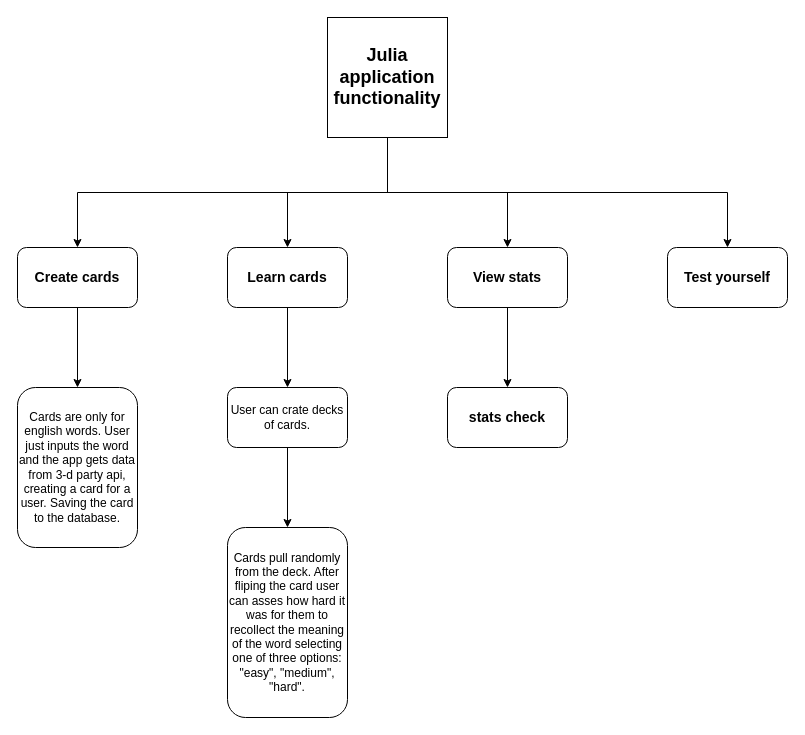
noginpavlo/julia keeps this draw.io diagram as design/julia_functionality.drawio. Above is the earlier version. Source tidied: cells renumbered, new cells numbered last; positions are measured from the earlier drawing's top-left corner, leaving out a move shared by most shapes. Both pictures are drawn from the tidied source at 100%, with x=0, y=0 at pixel (17, 17).
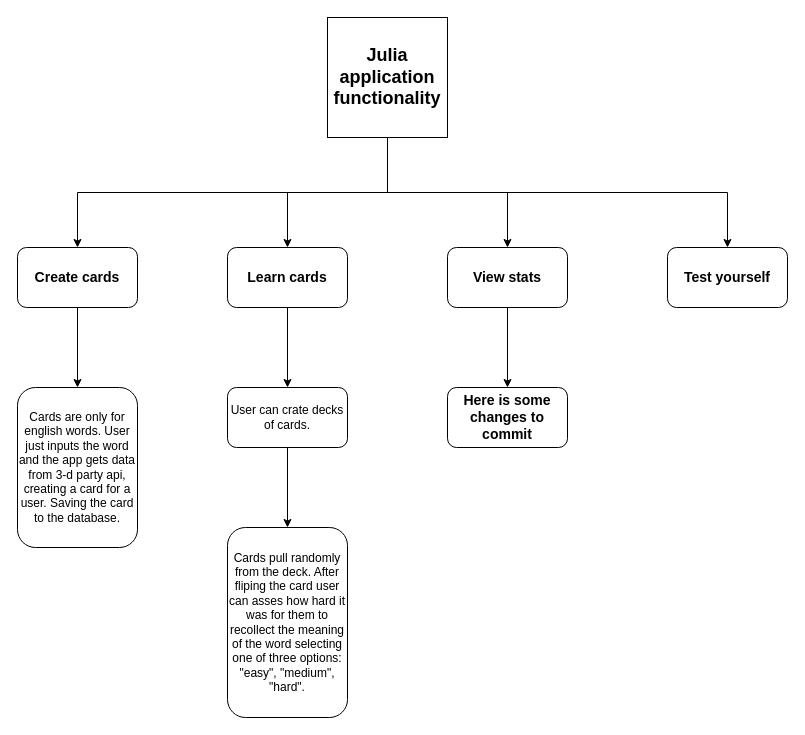
The same diagram, later.

Commit message (it also covers changes not shown here):
checking gitignore file

Change to the diagram source:
```diff
@@
 <mxGraphModel>
   <root>
     <mxCell id="0" />
     <mxCell id="1" parent="0" />
     <mxCell id="2" style="edgeStyle=orthogonalEdgeStyle;rounded=0;jettySize=auto;html=1;" parent="1" edge="1" source="3" target="7">
       <mxGeometry relative="1" as="geometry" />
     </mxCell>
     <mxCell id="3" value="&lt;font style=&quot;font-size: 18px;&quot;&gt;&lt;b&gt;Julia application functionality&lt;/b&gt;&lt;/font&gt;" style="whiteSpace=wrap;html=1;" parent="1" vertex="1">
       <mxGeometry x="310" width="120" height="120" as="geometry" />
     </mxCell>
     <mxCell id="4" style="edgeStyle=orthogonalEdgeStyle;rounded=0;jettySize=auto;html=1;" parent="1" edge="1" source="5" target="14">
       <mxGeometry relative="1" as="geometry" />
     </mxCell>
     <mxCell id="5" value="&lt;font style=&quot;font-size: 14px;&quot;&gt;&lt;b&gt;Create cards&lt;/b&gt;&lt;/font&gt;" style="rounded=1;whiteSpace=wrap;html=1;" parent="1" vertex="1">
       <mxGeometry y="230" width="120" height="60" as="geometry" />
     </mxCell>
     <mxCell id="6" style="edgeStyle=orthogonalEdgeStyle;rounded=0;jettySize=auto;html=1;" parent="1" edge="1" source="7" target="16">
       <mxGeometry relative="1" as="geometry" />
     </mxCell>
     <mxCell id="7" value="&lt;font style=&quot;font-size: 14px;&quot;&gt;&lt;b&gt;Learn cards&lt;/b&gt;&lt;/font&gt;" style="rounded=1;whiteSpace=wrap;html=1;" parent="1" vertex="1">
       <mxGeometry x="210" y="230" width="120" height="60" as="geometry" />
     </mxCell>
-    <mxCell id="8" style="edgeStyle=orthogonalEdgeStyle;rounded=0;jettySize=auto;html=1;" parent="1" edge="1" source="9" target="18">
-      <mxGeometry relative="1" as="geometry" />
-    </mxCell>
+    <mxCell id="19" style="edgeStyle=orthogonalEdgeStyle;rounded=0;jettySize=auto;html=1;" parent="1" edge="1" source="9" target="20">
+      <mxGeometry relative="1" as="geometry" />
+    </mxCell>
     <mxCell id="9" value="&lt;font style=&quot;font-size: 14px;&quot;&gt;&lt;b&gt;View stats&lt;/b&gt;&lt;/font&gt;" style="rounded=1;whiteSpace=wrap;html=1;" parent="1" vertex="1">
       <mxGeometry x="430" y="230" width="120" height="60" as="geometry" />
     </mxCell>
     <mxCell id="10" value="&lt;font style=&quot;font-size: 14px;&quot;&gt;&lt;b&gt;Test yourself&lt;/b&gt;&lt;/font&gt;" style="rounded=1;whiteSpace=wrap;html=1;" parent="1" vertex="1">
       <mxGeometry x="650" y="230" width="120" height="60" as="geometry" />
     </mxCell>
     <mxCell id="11" style="edgeStyle=orthogonalEdgeStyle;rounded=0;jettySize=auto;html=1;exitX=0.5;exitY=1;exitDx=0;exitDy=0;" parent="1" edge="1" source="3" target="9">
       <mxGeometry relative="1" as="geometry" />
     </mxCell>
     <mxCell id="12" style="edgeStyle=orthogonalEdgeStyle;rounded=0;jettySize=auto;html=1;entryX=0.5;entryY=0;entryDx=0;entryDy=0;exitX=0.5;exitY=1;exitDx=0;exitDy=0;" parent="1" edge="1" source="3" target="5">
       <mxGeometry relative="1" as="geometry" />
     </mxCell>
     <mxCell id="13" style="edgeStyle=orthogonalEdgeStyle;rounded=0;jettySize=auto;html=1;exitX=0.5;exitY=1;exitDx=0;exitDy=0;entryX=0.5;entryY=0;entryDx=0;entryDy=0;" parent="1" edge="1" source="3" target="10">
       <mxGeometry relative="1" as="geometry" />
     </mxCell>
     <mxCell id="14" value="Cards are only for english words. User just inputs the word and the app gets data from 3-d party api, creating a card for a user. Saving the card to the database." style="rounded=1;whiteSpace=wrap;html=1;" parent="1" vertex="1">
       <mxGeometry y="370" width="120" height="160" as="geometry" />
     </mxCell>
     <mxCell id="15" style="edgeStyle=orthogonalEdgeStyle;rounded=0;jettySize=auto;html=1;" parent="1" edge="1" source="16" target="17">
       <mxGeometry relative="1" as="geometry" />
     </mxCell>
     <mxCell id="16" value="&lt;font style=&quot;font-size: 12px;&quot;&gt;User can crate decks of cards.&lt;/font&gt;" style="rounded=1;whiteSpace=wrap;html=1;" parent="1" vertex="1">
       <mxGeometry x="210" y="370" width="120" height="60" as="geometry" />
     </mxCell>
     <mxCell id="17" value="Cards pull randomly from the deck. After fliping the card user can asses how hard it was for them to recollect the meaning of the word selecting one of three options:&lt;div&gt;&quot;easy&quot;, &quot;medium&quot;, &quot;hard&quot;.&lt;/div&gt;" style="rounded=1;whiteSpace=wrap;html=1;" parent="1" vertex="1">
       <mxGeometry x="210" y="510" width="120" height="190" as="geometry" />
     </mxCell>
-    <mxCell id="18" value="&lt;span style=&quot;font-size: 14px;&quot;&gt;&lt;b&gt;stats check&lt;/b&gt;&lt;/span&gt;" style="rounded=1;whiteSpace=wrap;html=1;" parent="1" vertex="1">
-      <mxGeometry x="430" y="370" width="120" height="60" as="geometry" />
-    </mxCell>
+    <mxCell id="20" value="&lt;span style=&quot;font-size: 14px;&quot;&gt;&lt;b&gt;Here is some changes to commit&lt;/b&gt;&lt;/span&gt;" style="rounded=1;whiteSpace=wrap;html=1;" parent="1" vertex="1">
+      <mxGeometry x="430" y="370" width="120" height="60" as="geometry" />
+    </mxCell>
   </root>
 </mxGraphModel>
```
